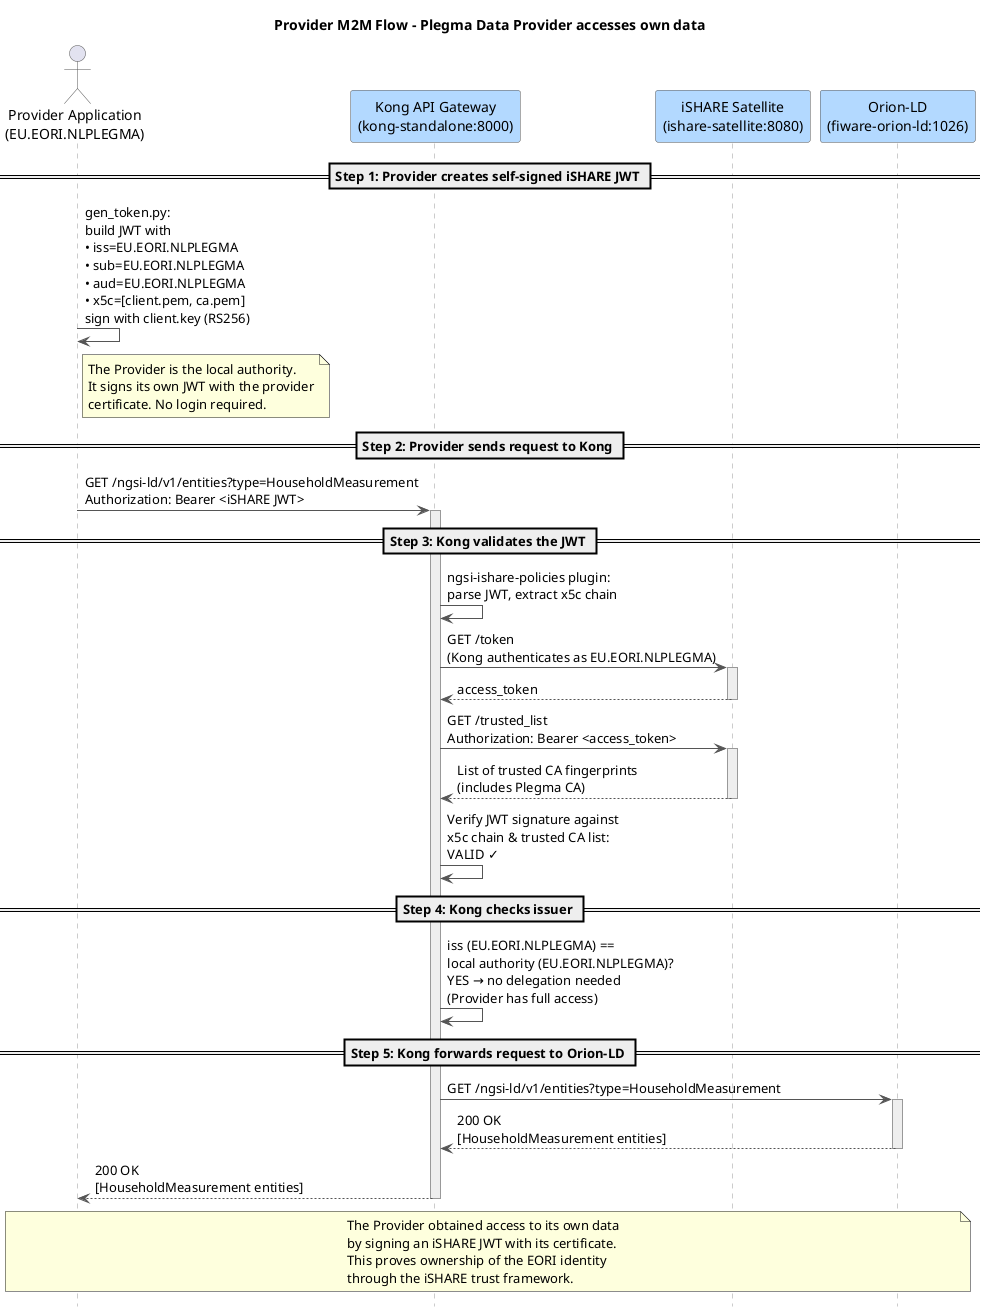
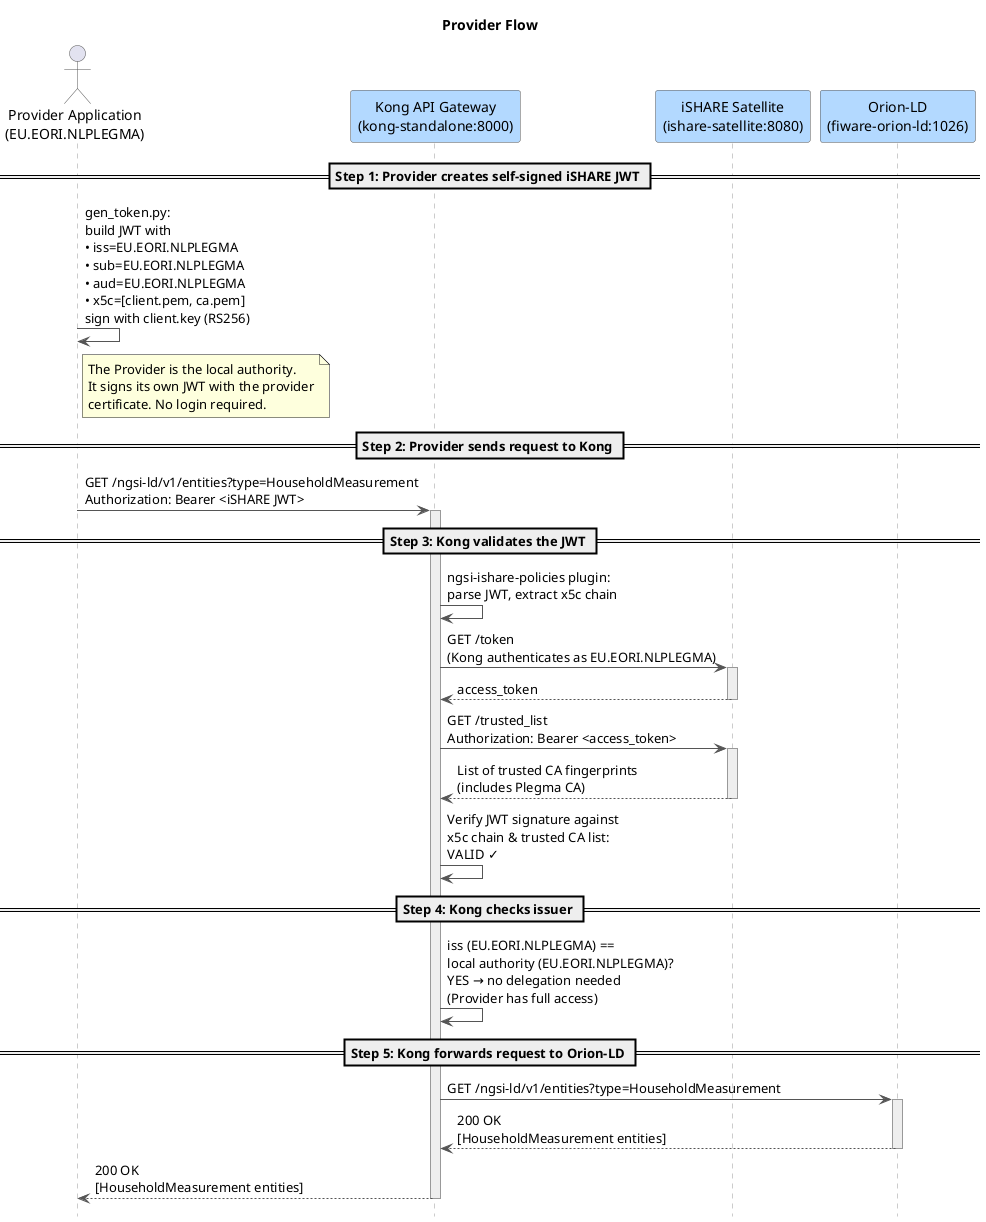
@startuml provider_sequence
- title Provider M2M Flow - Plegma Data Provider accesses own data
+ title Provider Flow
hide footbox

skinparam shadowing false
skinparam defaultFontName "Helvetica"
skinparam sequence {
    ArrowColor          #555555
    ActorBorderColor    #555555
    LifeLineBorderColor #999999
    LifeLineBackgroundColor #EEEEEE
    ParticipantBorderColor #555555
    ParticipantBackgroundColor #B3D9FF
    NoteBackgroundColor #FFF9C4
    NoteBorderColor     #999999
}

actor "Provider Application\n(EU.EORI.NLPLEGMA)" as Provider
participant "Kong API Gateway\n(kong-standalone:8000)" as Kong
participant "iSHARE Satellite\n(ishare-satellite:8080)" as Satellite
participant "Orion-LD\n(fiware-orion-ld:1026)" as Orion

== Step 1: Provider creates self-signed iSHARE JWT ==

Provider -> Provider : gen_token.py:\nbuild JWT with\n• iss=EU.EORI.NLPLEGMA\n• sub=EU.EORI.NLPLEGMA\n• aud=EU.EORI.NLPLEGMA\n• x5c=[client.pem, ca.pem]\nsign with client.key (RS256)

note right of Provider
The Provider is the local authority.
It signs its own JWT with the provider
certificate. No login required.
end note

== Step 2: Provider sends request to Kong ==

Provider -> Kong : GET /ngsi-ld/v1/entities?type=HouseholdMeasurement\nAuthorization: Bearer <iSHARE JWT>

activate Kong

== Step 3: Kong validates the JWT ==

Kong -> Kong : ngsi-ishare-policies plugin:\nparse JWT, extract x5c chain

Kong -> Satellite : GET /token\n(Kong authenticates as EU.EORI.NLPLEGMA)
activate Satellite
Satellite --> Kong : access_token
deactivate Satellite

Kong -> Satellite : GET /trusted_list\nAuthorization: Bearer <access_token>
activate Satellite
Satellite --> Kong : List of trusted CA fingerprints\n(includes Plegma CA)
deactivate Satellite

Kong -> Kong : Verify JWT signature against\nx5c chain & trusted CA list:\nVALID ✓

== Step 4: Kong checks issuer ==

Kong -> Kong : iss (EU.EORI.NLPLEGMA) ==\nlocal authority (EU.EORI.NLPLEGMA)?\nYES → no delegation needed\n(Provider has full access)

== Step 5: Kong forwards request to Orion-LD ==

Kong -> Orion : GET /ngsi-ld/v1/entities?type=HouseholdMeasurement
activate Orion
Orion --> Kong : 200 OK\n[HouseholdMeasurement entities]
deactivate Orion

Kong --> Provider : 200 OK\n[HouseholdMeasurement entities]
deactivate Kong

- note over Provider, Orion
- The Provider obtained access to its own data
- by signing an iSHARE JWT with its certificate.
- This proves ownership of the EORI identity
- through the iSHARE trust framework.
- end note
- 
@enduml
